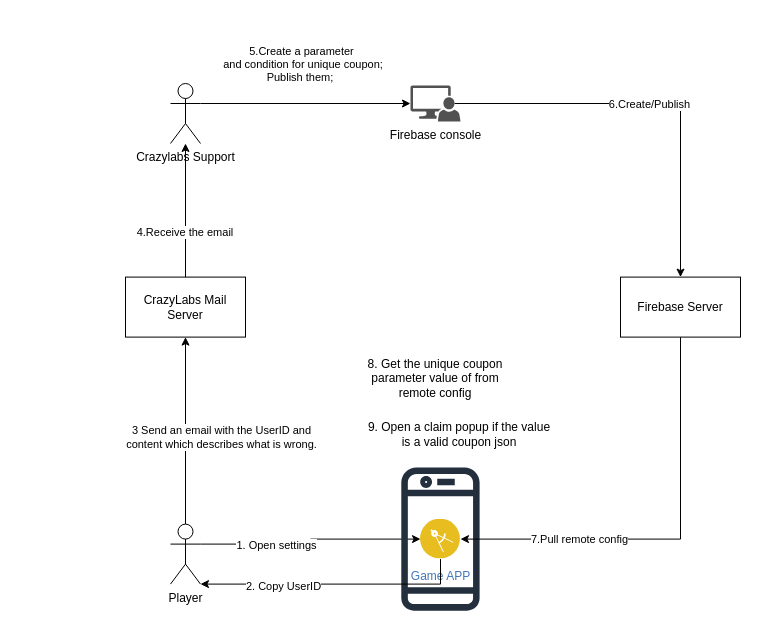
The draw.io diagram page "Stage1-UniqueCoupon" (2 of 5) of Remote Config Coupon Architecture.drawio in yaohuiwu/SimpleFS, before the edit. Source tidied: cells renumbered, new cells numbered last; positions are measured from the earlier drawing's top-left corner, leaving out a move shared by most shapes. Both pictures are drawn from the tidied source at 100%, with x=0, y=0 at pixel (125, 83). Pictures stored in the file or linked from it are replaced by grey dashed boxes.
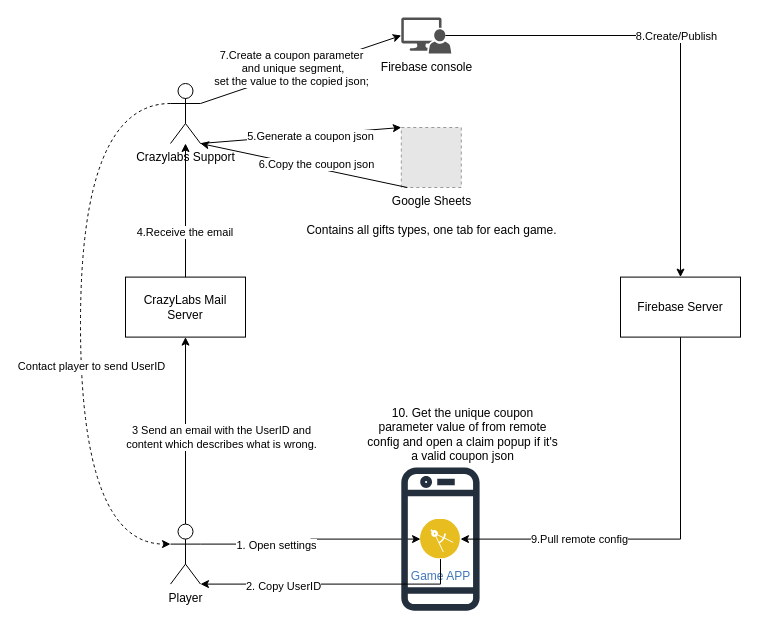
Above is the later version.

Unchanged cells that the change refers to:
```xml
<mxCell id="6" value="Player" style="shape=umlActor;verticalLabelPosition=bottom;verticalAlign=top;html=1;outlineConnect=0;" parent="1" vertex="1">
  <mxGeometry x="45" y="440.6" width="30" height="60" as="geometry" />
</mxCell>
<mxCell id="8" style="edgeStyle=orthogonalEdgeStyle;rounded=0;jettySize=auto;html=1;exitX=0.5;exitY=1;exitDx=0;exitDy=0;entryX=1;entryY=0.5;entryDx=0;entryDy=0;" parent="1" edge="1" source="10" target="17">
  <mxGeometry relative="1" as="geometry" />
</mxCell>
<mxCell id="14" style="edgeStyle=orthogonalEdgeStyle;rounded=0;jettySize=auto;html=1;exitX=0.88;exitY=0.5;exitDx=0;exitDy=0;exitPerimeter=0;" parent="1" edge="1" source="16" target="10">
  <mxGeometry relative="1" as="geometry" />
</mxCell>
<mxCell id="18" value="Crazylabs Support" style="shape=umlActor;verticalLabelPosition=bottom;verticalAlign=top;html=1;outlineConnect=0;" parent="1" vertex="1">
  <mxGeometry x="45" width="30" height="60" as="geometry" />
</mxCell>
```

Change to the diagram source:
```diff
@@
-    <mxCell id="9" value="7.Pull remote config" style="edgeLabel;html=1;align=center;verticalAlign=middle;" parent="8" vertex="1">
+    <mxCell id="9" value="9.Pull remote config" style="edgeLabel;html=1;align=center;verticalAlign=middle;" parent="8" vertex="1">
       <mxGeometry x="0.44" relative="1" as="geometry" />
     </mxCell>
@@
-    <mxCell id="15" value="6.Create/Publish" style="edgeLabel;html=1;align=center;verticalAlign=middle;" parent="14" vertex="1">
+    <mxCell id="15" value="8.Create/Publish" style="edgeLabel;html=1;align=center;verticalAlign=middle;" parent="14" vertex="1">
       <mxGeometry x="-0.03" relative="1" as="geometry" />
     </mxCell>
     <mxCell id="16" value="Firebase console" style="sketch=0;shadow=0;dashed=0;html=1;strokeColor=none;labelPosition=center;verticalLabelPosition=bottom;verticalAlign=top;align=center;fillColor=#515151;shape=mxgraph.mscae.system_center.admin_console;" parent="1" vertex="1">
-      <mxGeometry x="285" y="2" width="50" height="36" as="geometry" />
+      <mxGeometry x="275.8" y="-66" width="50" height="36" as="geometry" />
     </mxCell>
@@
+    <mxCell id="25" style="edgeStyle=none;rounded=0;jettySize=auto;html=1;exitX=1;exitY=1;exitDx=0;exitDy=0;exitPerimeter=0;entryX=0;entryY=0;entryDx=0;entryDy=0;" parent="1" edge="1" source="18" target="27">
+      <mxGeometry relative="1" as="geometry" />
+    </mxCell>
+    <mxCell id="26" value="5.Generate a coupon json" style="edgeLabel;html=1;align=center;verticalAlign=middle;" parent="25" vertex="1">
+      <mxGeometry x="0.09" y="-1" relative="1" as="geometry" />
+    </mxCell>
@@
-    <mxCell id="19" style="edgeStyle=orthogonalEdgeStyle;rounded=0;jettySize=auto;html=1;exitX=1;exitY=0.3333333333333333;exitDx=0;exitDy=0;exitPerimeter=0;entryX=0;entryY=0.5;entryDx=0;entryDy=0;entryPerimeter=0;" parent="1" edge="1" source="18" target="16">
+    <mxCell id="19" style="rounded=0;jettySize=auto;html=1;exitX=1;exitY=0.3333333333333333;exitDx=0;exitDy=0;exitPerimeter=0;entryX=0;entryY=0.5;entryDx=0;entryDy=0;entryPerimeter=0;" parent="1" edge="1" source="18" target="16">
       <mxGeometry relative="1" as="geometry" />
     </mxCell>
-    <mxCell id="20" value="5.Create a parameter&lt;br&gt;&amp;nbsp;and condition for unique coupon;&lt;br&gt;Publish them;&amp;nbsp;" style="edgeLabel;html=1;align=center;verticalAlign=middle;" parent="19" vertex="1">
+    <mxCell id="20" value="7.Create a coupon parameter&lt;br&gt;&amp;nbsp;and unique segment, &lt;br&gt;set the value to the copied json;" style="edgeLabel;html=1;align=center;verticalAlign=middle;" parent="19" vertex="1">
       <mxGeometry x="-0.25" y="-1" relative="1" as="geometry">
-        <mxPoint x="21" y="-41" as="offset" />
+        <mxPoint x="14" y="-11" as="offset" />
       </mxGeometry>
     </mxCell>
@@
-    <mxCell id="23" value="9. Open a claim popup if the value is a valid coupon json" style="text;html=1;strokeColor=none;fillColor=none;align=center;verticalAlign=middle;whiteSpace=wrap;rounded=0;" parent="1" vertex="1">
-      <mxGeometry x="240" y="321.1" width="187.5" height="60" as="geometry" />
-    </mxCell>
-    <mxCell id="24" value="8. Get the unique coupon parameter value of from remote config" style="text;html=1;strokeColor=none;fillColor=none;align=center;verticalAlign=middle;whiteSpace=wrap;rounded=0;" parent="1" vertex="1">
-      <mxGeometry x="240" y="280" width="140" height="30" as="geometry" />
+    <mxCell id="24" value="10. Get the unique coupon parameter value of from remote config and open a claim popup if it's a valid coupon json" style="text;html=1;strokeColor=none;fillColor=none;align=center;verticalAlign=middle;whiteSpace=wrap;rounded=0;" parent="1" vertex="1">
+      <mxGeometry x="240" y="321.1" width="195" height="60" as="geometry" />
     </mxCell>
+    <mxCell id="27" value="Google Sheets&lt;br&gt;&lt;br&gt;Contains all gifts types, one tab for each game." style="fillColor=#E6E6E6;strokeColor=#999999;dashed=1;html=1;verticalAlign=top;verticalLabelPosition=bottom;labelBackgroundColor=#ffffff;" parent="1" vertex="1">
+      <mxGeometry x="275.8" y="44" width="60" height="60" as="geometry" />
+    </mxCell>
+    <mxCell id="28" style="edgeStyle=orthogonalEdgeStyle;rounded=0;jettySize=auto;html=1;exitX=0;exitY=0.3333333333333333;exitDx=0;exitDy=0;exitPerimeter=0;entryX=0;entryY=0.3333333333333333;entryDx=0;entryDy=0;entryPerimeter=0;curved=1;dashed=1;" parent="1" edge="1" source="18" target="6">
+      <mxGeometry relative="1" as="geometry">
+        <Array as="points">
+          <mxPoint x="-45" y="20" />
+          <mxPoint x="-45" y="461" />
+        </Array>
+      </mxGeometry>
+    </mxCell>
+    <mxCell id="29" value="Contact player to send UserID" style="edgeLabel;html=1;align=center;verticalAlign=middle;" parent="28" vertex="1">
+      <mxGeometry x="0.04" relative="1" as="geometry">
+        <mxPoint x="10" y="29" as="offset" />
+      </mxGeometry>
+    </mxCell>
+    <mxCell id="30" style="edgeStyle=none;rounded=0;jettySize=auto;html=1;exitX=0.1;exitY=1;exitDx=0;exitDy=0;entryX=1;entryY=1;entryDx=0;entryDy=0;entryPerimeter=0;exitPerimeter=0;" parent="1" edge="1" source="27" target="18">
+      <mxGeometry relative="1" as="geometry" />
+    </mxCell>
+    <mxCell id="31" value="6.Copy the coupon json" style="edgeLabel;html=1;align=center;verticalAlign=middle;" parent="30" vertex="1">
+      <mxGeometry x="-0.11" y="-4" relative="1" as="geometry" />
+    </mxCell>
```
